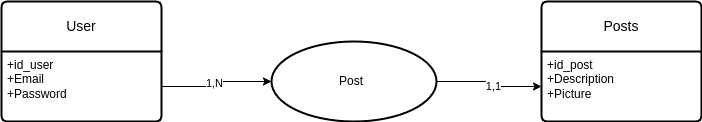
Earlier version of the draw.io export Diagram/Modélisation DB.drawio.png (Muking3/Project_API_Twitter). Source tidied: cells renumbered, new cells last; positions are measured from the earlier drawing's top-left corner, leaving out a move shared by most shapes.
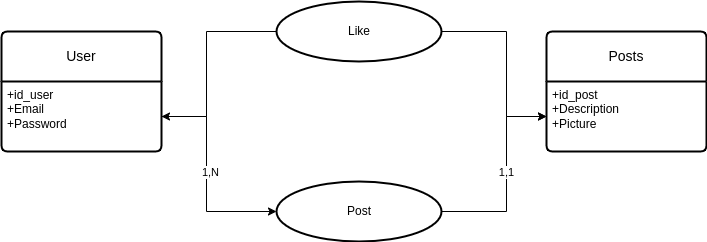
After the commit.

Commit message:
Mettre à jour Modélisation DB.drawio.png

What changed in the source:
```diff
@@ -9,28 +9,64 @@
       <mxGeometry y="50" width="160" height="70" as="geometry" />
     </mxCell>
     <mxCell id="4" value="Posts" style="swimlane;horizontal=1;startSize=50;rounded=1;fontSize=14;fontStyle=0;strokeWidth=2;shadow=0;dashed=0;align=center;arcSize=4;whiteSpace=wrap;html=1;" parent="1" vertex="1">
-      <mxGeometry x="540" width="160" height="120" as="geometry" />
+      <mxGeometry x="545" width="160" height="120" as="geometry" />
     </mxCell>
     <mxCell id="5" value="+id_post&lt;br&gt;+Description&lt;br&gt;+Picture" style="align=left;strokeColor=none;fillColor=none;spacingLeft=4;fontSize=12;verticalAlign=top;html=1;" parent="4" vertex="1">
       <mxGeometry y="50" width="160" height="70" as="geometry" />
     </mxCell>
     <mxCell id="6" style="edgeStyle=orthogonalEdgeStyle;rounded=0;jettySize=auto;html=1;" parent="1" edge="1" source="8" target="5">
-      <mxGeometry relative="1" as="geometry" />
+      <mxGeometry relative="1" as="geometry">
+        <Array as="points">
+          <mxPoint x="505" y="180" />
+          <mxPoint x="505" y="85" />
+        </Array>
+      </mxGeometry>
     </mxCell>
     <mxCell id="7" value="1,1" style="edgeLabel;html=1;align=center;verticalAlign=middle;" parent="6" vertex="1">
-      <mxGeometry x="0.11" y="1" relative="1" as="geometry" />
+      <mxGeometry x="0.11" y="1" relative="1" as="geometry">
+        <mxPoint y="6" as="offset" />
+      </mxGeometry>
     </mxCell>
     <mxCell id="8" style="ellipse;whiteSpace=wrap;html=1;fontSize=14;fontStyle=0;startSize=50;rounded=1;strokeWidth=2;shadow=0;dashed=0;arcSize=4;" parent="1" vertex="1">
-      <mxGeometry x="270" y="40" width="165" height="80" as="geometry" />
+      <mxGeometry x="275" y="150" width="165" height="60" as="geometry" />
     </mxCell>
     <mxCell id="9" style="edgeStyle=orthogonalEdgeStyle;rounded=0;jettySize=auto;html=1;entryX=0;entryY=0.5;entryDx=0;entryDy=0;" parent="1" edge="1" source="3" target="8">
-      <mxGeometry relative="1" as="geometry" />
+      <mxGeometry relative="1" as="geometry">
+        <Array as="points">
+          <mxPoint x="205" y="85" />
+          <mxPoint x="205" y="180" />
+        </Array>
+      </mxGeometry>
     </mxCell>
     <mxCell id="10" value="1,N" style="edgeLabel;html=1;align=center;verticalAlign=middle;" parent="9" vertex="1">
-      <mxGeometry x="0.03" y="3" relative="1" as="geometry" />
+      <mxGeometry x="0.03" y="3" relative="1" as="geometry">
+        <mxPoint y="-8" as="offset" />
+      </mxGeometry>
     </mxCell>
     <mxCell id="11" value="Post" style="text;html=1;strokeColor=none;fillColor=none;align=center;verticalAlign=middle;whiteSpace=wrap;rounded=0;" parent="1" vertex="1">
-      <mxGeometry x="320" y="65" width="60" height="30" as="geometry" />
+      <mxGeometry x="327.5" y="165" width="60" height="30" as="geometry" />
     </mxCell>
+    <mxCell id="12" style="edgeStyle=orthogonalEdgeStyle;rounded=0;jettySize=auto;html=1;entryX=1;entryY=0.5;entryDx=0;entryDy=0;" parent="1" edge="1" source="14" target="3">
+      <mxGeometry relative="1" as="geometry">
+        <Array as="points">
+          <mxPoint x="205" />
+          <mxPoint x="205" y="85" />
+        </Array>
+      </mxGeometry>
+    </mxCell>
+    <mxCell id="13" style="edgeStyle=orthogonalEdgeStyle;rounded=0;jettySize=auto;html=1;exitX=1;exitY=0.5;exitDx=0;exitDy=0;entryX=0;entryY=0.5;entryDx=0;entryDy=0;" parent="1" edge="1" source="14" target="5">
+      <mxGeometry relative="1" as="geometry">
+        <Array as="points">
+          <mxPoint x="505" />
+          <mxPoint x="505" y="85" />
+        </Array>
+      </mxGeometry>
+    </mxCell>
+    <mxCell id="14" style="ellipse;whiteSpace=wrap;html=1;fontSize=14;fontStyle=0;startSize=50;rounded=1;strokeWidth=2;shadow=0;dashed=0;arcSize=4;" parent="1" vertex="1">
+      <mxGeometry x="275" y="-30" width="165" height="60" as="geometry" />
+    </mxCell>
+    <mxCell id="15" value="Like" style="text;html=1;strokeColor=none;fillColor=none;align=center;verticalAlign=middle;whiteSpace=wrap;rounded=0;" parent="1" vertex="1">
+      <mxGeometry x="327.5" y="-15" width="60" height="30" as="geometry" />
+    </mxCell>
   </root>
 </mxGraphModel>
```
